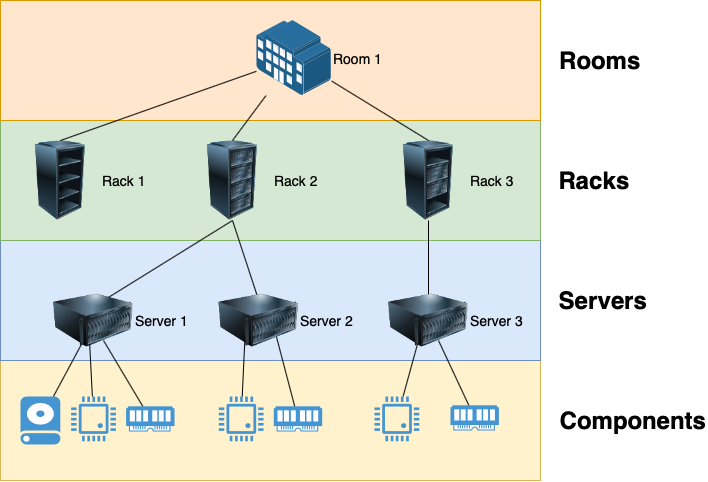
jc0b/Bachelor-Thesis keeps this draw.io diagram as images/opendc-topology.png. Above is the earlier version. Source tidied: cells renumbered, new cells last; positions are measured from the earlier drawing's top-left corner, leaving out a move shared by most shapes. The source it was exported from:
```xml
<mxGraphModel>
  <root>
    <mxCell id="0" />
    <mxCell id="1" parent="0" />
    <mxCell id="2" style="rounded=0;whiteSpace=wrap;html=1;fillColor=#fff2cc;strokeColor=#d6b656;" parent="1" vertex="1">
      <mxGeometry y="360" width="540" height="120" as="geometry" />
    </mxCell>
    <mxCell id="3" style="rounded=0;whiteSpace=wrap;html=1;fillColor=#dae8fc;strokeColor=#6c8ebf;" parent="1" vertex="1">
      <mxGeometry y="240" width="540" height="120" as="geometry" />
    </mxCell>
    <mxCell id="4" style="rounded=0;whiteSpace=wrap;html=1;fillColor=#d5e8d4;strokeColor=#82b366;" parent="1" vertex="1">
      <mxGeometry y="120" width="540" height="120" as="geometry" />
    </mxCell>
    <mxCell id="5" style="rounded=0;whiteSpace=wrap;html=1;fillColor=#ffe6cc;strokeColor=#d79b00;" parent="1" vertex="1">
      <mxGeometry width="540" height="120" as="geometry" />
    </mxCell>
    <mxCell id="6" value="Rack 1" style="image;html=1;image=img/lib/clip_art/computers/Server_Rack_Empty_128x128.png;labelPosition=right;verticalLabelPosition=middle;align=left;verticalAlign=middle;labelBackgroundColor=none;fontSize=14;" parent="1" vertex="1">
      <mxGeometry x="20" y="140" width="80" height="80" as="geometry" />
    </mxCell>
    <mxCell id="7" value="Rack 3" style="image;html=1;image=img/lib/clip_art/computers/Server_Rack_Partial_128x128.png;labelPosition=right;verticalLabelPosition=middle;align=left;verticalAlign=middle;labelBackgroundColor=none;fontSize=14;" parent="1" vertex="1">
      <mxGeometry x="388" y="140" width="80" height="80" as="geometry" />
    </mxCell>
    <mxCell id="8" value="Rack 2" style="image;html=1;image=img/lib/clip_art/computers/Server_Rack_128x128.png;labelPosition=right;verticalLabelPosition=middle;align=left;verticalAlign=middle;labelBackgroundColor=none;fontSize=14;" parent="1" vertex="1">
      <mxGeometry x="192" y="140" width="80" height="80" as="geometry" />
    </mxCell>
    <mxCell id="9" style="shadow=0;dashed=0;html=1;strokeColor=none;fillColor=#4495D1;labelPosition=center;verticalLabelPosition=bottom;verticalAlign=top;align=center;outlineConnect=0;shape=mxgraph.veeam.ram;" parent="1" vertex="1">
      <mxGeometry x="273.3" y="405.8" width="48.4" height="25.2" as="geometry" />
    </mxCell>
    <mxCell id="10" style="shadow=0;dashed=0;html=1;strokeColor=none;fillColor=#4495D1;labelPosition=center;verticalLabelPosition=bottom;verticalAlign=top;align=center;outlineConnect=0;shape=mxgraph.veeam.cpu;" parent="1" vertex="1">
      <mxGeometry x="218.3" y="396" width="44.8" height="44.8" as="geometry" />
    </mxCell>
    <mxCell id="11" style="shadow=0;dashed=0;html=1;strokeColor=none;fillColor=#4495D1;labelPosition=center;verticalLabelPosition=bottom;verticalAlign=top;align=center;outlineConnect=0;shape=mxgraph.veeam.ram;" parent="1" vertex="1">
      <mxGeometry x="125.6" y="405.8" width="48.4" height="25.2" as="geometry" />
    </mxCell>
    <mxCell id="12" style="shadow=0;dashed=0;html=1;strokeColor=none;fillColor=#4495D1;labelPosition=center;verticalLabelPosition=bottom;verticalAlign=top;align=center;outlineConnect=0;shape=mxgraph.veeam.cpu;" parent="1" vertex="1">
      <mxGeometry x="70.6" y="396" width="44.8" height="44.8" as="geometry" />
    </mxCell>
    <mxCell id="13" style="shadow=0;dashed=0;html=1;strokeColor=none;fillColor=#4495D1;labelPosition=center;verticalLabelPosition=bottom;verticalAlign=top;align=center;outlineConnect=0;shape=mxgraph.veeam.ram;" parent="1" vertex="1">
      <mxGeometry x="450" y="404.8" width="48.4" height="25.2" as="geometry" />
    </mxCell>
    <mxCell id="14" style="shadow=0;dashed=0;html=1;strokeColor=none;fillColor=#4495D1;labelPosition=center;verticalLabelPosition=bottom;verticalAlign=top;align=center;outlineConnect=0;shape=mxgraph.veeam.cpu;" parent="1" vertex="1">
      <mxGeometry x="374" y="396" width="44.8" height="44.8" as="geometry" />
    </mxCell>
    <mxCell id="15" style="shadow=0;dashed=0;html=1;strokeColor=none;fillColor=#4495D1;labelPosition=center;verticalLabelPosition=bottom;verticalAlign=top;align=center;outlineConnect=0;shape=mxgraph.veeam.2d.hard_drive;" parent="1" vertex="1">
      <mxGeometry x="20" y="396" width="40" height="48" as="geometry" />
    </mxCell>
    <mxCell id="16" style="endArrow=none;html=1;entryX=0.5;entryY=1;entryDx=0;entryDy=0;exitX=0.625;exitY=0.25;exitDx=0;exitDy=0;exitPerimeter=0;" parent="1" edge="1" source="30" target="8">
      <mxGeometry relative="1" as="geometry" />
    </mxCell>
    <mxCell id="17" style="endArrow=none;html=1;entryX=0.5;entryY=1;entryDx=0;entryDy=0;exitX=0.5;exitY=0.25;exitDx=0;exitDy=0;exitPerimeter=0;" parent="1" edge="1" source="31" target="8">
      <mxGeometry relative="1" as="geometry" />
    </mxCell>
    <mxCell id="18" style="endArrow=none;html=1;entryX=0.5;entryY=1;entryDx=0;entryDy=0;exitX=0.5;exitY=0.25;exitDx=0;exitDy=0;exitPerimeter=0;" parent="1" edge="1" source="32" target="7">
      <mxGeometry relative="1" as="geometry" />
    </mxCell>
    <mxCell id="19" style="endArrow=none;html=1;entryX=0.375;entryY=0.75;entryDx=0;entryDy=0;entryPerimeter=0;" parent="1" edge="1" source="15" target="30">
      <mxGeometry relative="1" as="geometry" />
    </mxCell>
    <mxCell id="20" style="endArrow=none;html=1;exitX=0.45;exitY=0.75;exitDx=0;exitDy=0;exitPerimeter=0;" parent="1" edge="1" source="30" target="12">
      <mxGeometry relative="1" as="geometry" />
    </mxCell>
    <mxCell id="21" style="endArrow=none;html=1;exitX=0.625;exitY=0.75;exitDx=0;exitDy=0;exitPerimeter=0;" parent="1" edge="1" source="30" target="11">
      <mxGeometry relative="1" as="geometry" />
    </mxCell>
    <mxCell id="22" style="endArrow=none;html=1;exitX=0.325;exitY=0.75;exitDx=0;exitDy=0;exitPerimeter=0;" parent="1" edge="1" source="31" target="10">
      <mxGeometry relative="1" as="geometry" />
    </mxCell>
    <mxCell id="23" style="endArrow=none;html=1;entryX=0.7;entryY=0.625;entryDx=0;entryDy=0;entryPerimeter=0;" parent="1" edge="1" source="9" target="31">
      <mxGeometry relative="1" as="geometry" />
    </mxCell>
    <mxCell id="24" style="endArrow=none;html=1;entryX=0.375;entryY=0.75;entryDx=0;entryDy=0;entryPerimeter=0;" parent="1" edge="1" source="14" target="32">
      <mxGeometry relative="1" as="geometry" />
    </mxCell>
    <mxCell id="25" style="endArrow=none;html=1;entryX=0.625;entryY=0.75;entryDx=0;entryDy=0;entryPerimeter=0;" parent="1" edge="1" source="13" target="32">
      <mxGeometry relative="1" as="geometry" />
    </mxCell>
    <mxCell id="26" value="Room 1" style="points=[];html=1;align=left;shadow=0;dashed=0;image;image=img/lib/allied_telesis/buildings/Large_Building.svg;labelBackgroundColor=none;labelPosition=right;verticalLabelPosition=middle;verticalAlign=middle;fontSize=14;" parent="1" vertex="1">
      <mxGeometry x="256" y="20" width="75" height="75" as="geometry" />
    </mxCell>
    <mxCell id="27" style="endArrow=none;html=1;exitX=0.5;exitY=0;exitDx=0;exitDy=0;" parent="1" edge="1" source="6" target="26">
      <mxGeometry relative="1" as="geometry" />
    </mxCell>
    <mxCell id="28" style="endArrow=none;html=1;entryX=0.5;entryY=0;entryDx=0;entryDy=0;" parent="1" edge="1" source="26" target="8">
      <mxGeometry relative="1" as="geometry" />
    </mxCell>
    <mxCell id="29" style="endArrow=none;html=1;entryX=0.5;entryY=0;entryDx=0;entryDy=0;" parent="1" edge="1" source="26" target="7">
      <mxGeometry relative="1" as="geometry" />
    </mxCell>
    <mxCell id="30" value="Server 1" style="image;html=1;image=img/lib/clip_art/computers/Server_128x128.png;labelBackgroundColor=none;labelPosition=right;verticalLabelPosition=middle;align=left;verticalAlign=middle;fontSize=14;" parent="1" vertex="1">
      <mxGeometry x="53" y="280" width="80" height="80" as="geometry" />
    </mxCell>
    <mxCell id="31" value="Server 2" style="image;html=1;image=img/lib/clip_art/computers/Server_128x128.png;labelBackgroundColor=none;labelPosition=right;verticalLabelPosition=middle;align=left;verticalAlign=middle;fontSize=14;" parent="1" vertex="1">
      <mxGeometry x="218.3" y="280" width="80" height="80" as="geometry" />
    </mxCell>
    <mxCell id="32" value="Server 3" style="image;html=1;image=img/lib/clip_art/computers/Server_128x128.png;labelBackgroundColor=none;labelPosition=right;verticalLabelPosition=middle;align=left;verticalAlign=middle;fontSize=14;" parent="1" vertex="1">
      <mxGeometry x="388" y="280" width="80" height="80" as="geometry" />
    </mxCell>
    <mxCell id="33" value="Rooms" style="text;html=1;strokeColor=none;fillColor=none;align=center;verticalAlign=middle;whiteSpace=wrap;rounded=0;labelBackgroundColor=none;fontStyle=1;fontSize=24;" parent="1" vertex="1">
      <mxGeometry x="580" y="50" width="40" height="20" as="geometry" />
    </mxCell>
    <mxCell id="34" value="Racks" style="text;html=1;strokeColor=none;fillColor=none;align=center;verticalAlign=middle;whiteSpace=wrap;rounded=0;labelBackgroundColor=none;fontSize=24;fontStyle=1;" parent="1" vertex="1">
      <mxGeometry x="574" y="170" width="40" height="20" as="geometry" />
    </mxCell>
    <mxCell id="35" value="Servers" style="text;html=1;strokeColor=none;fillColor=none;align=center;verticalAlign=middle;whiteSpace=wrap;rounded=0;labelBackgroundColor=none;fontSize=24;fontStyle=1;" parent="1" vertex="1">
      <mxGeometry x="583" y="290" width="40" height="20" as="geometry" />
    </mxCell>
    <mxCell id="36" value="Components" style="text;html=1;strokeColor=none;fillColor=none;align=center;verticalAlign=middle;whiteSpace=wrap;rounded=0;labelBackgroundColor=none;fontSize=24;fontStyle=1;" parent="1" vertex="1">
      <mxGeometry x="613" y="410" width="40" height="20" as="geometry" />
    </mxCell>
  </root>
</mxGraphModel>
```
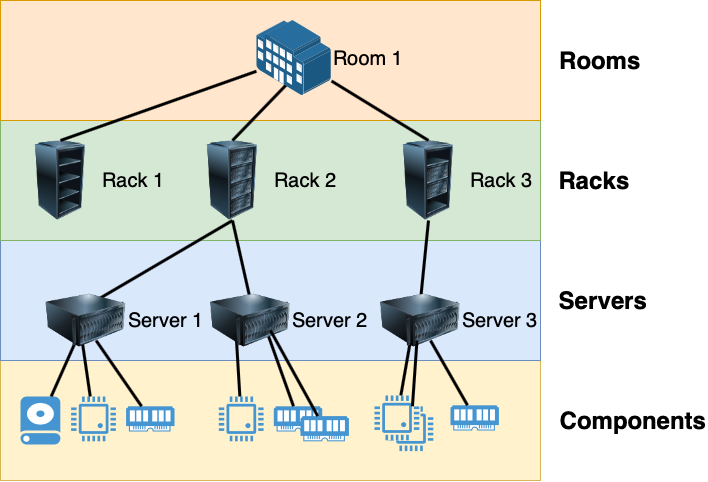
Later version of the same file.

Change to the diagram source:
```diff
@@ -14,13 +14,13 @@
     <mxCell id="5" style="rounded=0;whiteSpace=wrap;html=1;fillColor=#ffe6cc;strokeColor=#d79b00;" parent="1" vertex="1">
       <mxGeometry width="540" height="120" as="geometry" />
     </mxCell>
-    <mxCell id="6" value="Rack 1" style="image;html=1;image=img/lib/clip_art/computers/Server_Rack_Empty_128x128.png;labelPosition=right;verticalLabelPosition=middle;align=left;verticalAlign=middle;labelBackgroundColor=none;fontSize=14;" parent="1" vertex="1">
+    <mxCell id="6" value="Rack 1" style="image;html=1;image=img/lib/clip_art/computers/Server_Rack_Empty_128x128.png;labelPosition=right;verticalLabelPosition=middle;align=left;verticalAlign=middle;labelBackgroundColor=none;fontSize=20;" parent="1" vertex="1">
       <mxGeometry x="20" y="140" width="80" height="80" as="geometry" />
     </mxCell>
-    <mxCell id="7" value="Rack 3" style="image;html=1;image=img/lib/clip_art/computers/Server_Rack_Partial_128x128.png;labelPosition=right;verticalLabelPosition=middle;align=left;verticalAlign=middle;labelBackgroundColor=none;fontSize=14;" parent="1" vertex="1">
+    <mxCell id="7" value="Rack 3" style="image;html=1;image=img/lib/clip_art/computers/Server_Rack_Partial_128x128.png;labelPosition=right;verticalLabelPosition=middle;align=left;verticalAlign=middle;labelBackgroundColor=none;fontSize=20;" parent="1" vertex="1">
       <mxGeometry x="388" y="140" width="80" height="80" as="geometry" />
     </mxCell>
-    <mxCell id="8" value="Rack 2" style="image;html=1;image=img/lib/clip_art/computers/Server_Rack_128x128.png;labelPosition=right;verticalLabelPosition=middle;align=left;verticalAlign=middle;labelBackgroundColor=none;fontSize=14;" parent="1" vertex="1">
+    <mxCell id="8" value="Rack 2" style="image;html=1;image=img/lib/clip_art/computers/Server_Rack_128x128.png;labelPosition=right;verticalLabelPosition=middle;align=left;verticalAlign=middle;labelBackgroundColor=none;fontSize=20;" parent="1" vertex="1">
       <mxGeometry x="192" y="140" width="80" height="80" as="geometry" />
     </mxCell>
     <mxCell id="9" style="shadow=0;dashed=0;html=1;strokeColor=none;fillColor=#4495D1;labelPosition=center;verticalLabelPosition=bottom;verticalAlign=top;align=center;outlineConnect=0;shape=mxgraph.veeam.ram;" parent="1" vertex="1">
@@ -38,62 +38,59 @@
     <mxCell id="13" style="shadow=0;dashed=0;html=1;strokeColor=none;fillColor=#4495D1;labelPosition=center;verticalLabelPosition=bottom;verticalAlign=top;align=center;outlineConnect=0;shape=mxgraph.veeam.ram;" parent="1" vertex="1">
       <mxGeometry x="450" y="404.8" width="48.4" height="25.2" as="geometry" />
     </mxCell>
-    <mxCell id="14" style="shadow=0;dashed=0;html=1;strokeColor=none;fillColor=#4495D1;labelPosition=center;verticalLabelPosition=bottom;verticalAlign=top;align=center;outlineConnect=0;shape=mxgraph.veeam.cpu;" parent="1" vertex="1">
-      <mxGeometry x="374" y="396" width="44.8" height="44.8" as="geometry" />
-    </mxCell>
+    <mxCell id="37" style="shadow=0;dashed=0;html=1;strokeColor=none;fillColor=#4495D1;labelPosition=center;verticalLabelPosition=bottom;verticalAlign=top;align=center;outlineConnect=0;shape=mxgraph.veeam.cpu;" parent="1" vertex="1">
+      <mxGeometry x="388" y="405.8" width="44.8" height="44.8" as="geometry" />
+    </mxCell>
     <mxCell id="15" style="shadow=0;dashed=0;html=1;strokeColor=none;fillColor=#4495D1;labelPosition=center;verticalLabelPosition=bottom;verticalAlign=top;align=center;outlineConnect=0;shape=mxgraph.veeam.2d.hard_drive;" parent="1" vertex="1">
       <mxGeometry x="20" y="396" width="40" height="48" as="geometry" />
     </mxCell>
-    <mxCell id="16" style="endArrow=none;html=1;entryX=0.5;entryY=1;entryDx=0;entryDy=0;exitX=0.625;exitY=0.25;exitDx=0;exitDy=0;exitPerimeter=0;" parent="1" edge="1" source="30" target="8">
+    <mxCell id="16" style="endArrow=none;html=1;entryX=0.5;entryY=1;entryDx=0;entryDy=0;exitX=0.625;exitY=0.25;exitDx=0;exitDy=0;exitPerimeter=0;strokeWidth=3;" parent="1" edge="1" source="30" target="8">
       <mxGeometry relative="1" as="geometry" />
     </mxCell>
-    <mxCell id="17" style="endArrow=none;html=1;entryX=0.5;entryY=1;entryDx=0;entryDy=0;exitX=0.5;exitY=0.25;exitDx=0;exitDy=0;exitPerimeter=0;" parent="1" edge="1" source="31" target="8">
+    <mxCell id="17" style="endArrow=none;html=1;entryX=0.5;entryY=1;entryDx=0;entryDy=0;exitX=0.5;exitY=0.25;exitDx=0;exitDy=0;exitPerimeter=0;strokeWidth=3;" parent="1" edge="1" source="31" target="8">
       <mxGeometry relative="1" as="geometry" />
     </mxCell>
-    <mxCell id="18" style="endArrow=none;html=1;entryX=0.5;entryY=1;entryDx=0;entryDy=0;exitX=0.5;exitY=0.25;exitDx=0;exitDy=0;exitPerimeter=0;" parent="1" edge="1" source="32" target="7">
+    <mxCell id="18" style="endArrow=none;html=1;entryX=0.5;entryY=1;entryDx=0;entryDy=0;exitX=0.5;exitY=0.25;exitDx=0;exitDy=0;exitPerimeter=0;strokeWidth=3;" parent="1" edge="1" source="32" target="7">
       <mxGeometry relative="1" as="geometry" />
     </mxCell>
-    <mxCell id="19" style="endArrow=none;html=1;entryX=0.375;entryY=0.75;entryDx=0;entryDy=0;entryPerimeter=0;" parent="1" edge="1" source="15" target="30">
+    <mxCell id="19" style="endArrow=none;html=1;entryX=0.375;entryY=0.75;entryDx=0;entryDy=0;entryPerimeter=0;strokeWidth=3;" parent="1" edge="1" source="15" target="30">
       <mxGeometry relative="1" as="geometry" />
     </mxCell>
-    <mxCell id="20" style="endArrow=none;html=1;exitX=0.45;exitY=0.75;exitDx=0;exitDy=0;exitPerimeter=0;" parent="1" edge="1" source="30" target="12">
+    <mxCell id="20" style="endArrow=none;html=1;exitX=0.45;exitY=0.75;exitDx=0;exitDy=0;exitPerimeter=0;strokeWidth=3;" parent="1" edge="1" source="30" target="12">
       <mxGeometry relative="1" as="geometry" />
     </mxCell>
-    <mxCell id="21" style="endArrow=none;html=1;exitX=0.625;exitY=0.75;exitDx=0;exitDy=0;exitPerimeter=0;" parent="1" edge="1" source="30" target="11">
+    <mxCell id="21" style="endArrow=none;html=1;exitX=0.625;exitY=0.75;exitDx=0;exitDy=0;exitPerimeter=0;strokeWidth=3;" parent="1" edge="1" source="30" target="11">
       <mxGeometry relative="1" as="geometry" />
     </mxCell>
-    <mxCell id="22" style="endArrow=none;html=1;exitX=0.325;exitY=0.75;exitDx=0;exitDy=0;exitPerimeter=0;" parent="1" edge="1" source="31" target="10">
+    <mxCell id="22" style="endArrow=none;html=1;exitX=0.325;exitY=0.75;exitDx=0;exitDy=0;exitPerimeter=0;strokeWidth=3;" parent="1" edge="1" source="31" target="10">
       <mxGeometry relative="1" as="geometry" />
     </mxCell>
-    <mxCell id="23" style="endArrow=none;html=1;entryX=0.7;entryY=0.625;entryDx=0;entryDy=0;entryPerimeter=0;" parent="1" edge="1" source="9" target="31">
+    <mxCell id="23" style="endArrow=none;html=1;entryX=0.7;entryY=0.625;entryDx=0;entryDy=0;entryPerimeter=0;strokeWidth=3;" parent="1" edge="1" source="9" target="31">
       <mxGeometry relative="1" as="geometry" />
     </mxCell>
-    <mxCell id="24" style="endArrow=none;html=1;entryX=0.375;entryY=0.75;entryDx=0;entryDy=0;entryPerimeter=0;" parent="1" edge="1" source="14" target="32">
-      <mxGeometry relative="1" as="geometry" />
-    </mxCell>
+    <mxCell id="38" style="endArrow=none;html=1;entryX=0.375;entryY=0.75;entryDx=0;entryDy=0;entryPerimeter=0;strokeWidth=3;" parent="1" edge="1" source="40" target="32">
+      <mxGeometry relative="1" as="geometry" />
+    </mxCell>
-    <mxCell id="25" style="endArrow=none;html=1;entryX=0.625;entryY=0.75;entryDx=0;entryDy=0;entryPerimeter=0;" parent="1" edge="1" source="13" target="32">
+    <mxCell id="25" style="endArrow=none;html=1;entryX=0.625;entryY=0.75;entryDx=0;entryDy=0;entryPerimeter=0;strokeWidth=3;" parent="1" edge="1" source="13" target="32">
       <mxGeometry relative="1" as="geometry" />
     </mxCell>
-    <mxCell id="26" value="Room 1" style="points=[];html=1;align=left;shadow=0;dashed=0;image;image=img/lib/allied_telesis/buildings/Large_Building.svg;labelBackgroundColor=none;labelPosition=right;verticalLabelPosition=middle;verticalAlign=middle;fontSize=14;" parent="1" vertex="1">
-      <mxGeometry x="256" y="20" width="75" height="75" as="geometry" />
-    </mxCell>
-    <mxCell id="27" style="endArrow=none;html=1;exitX=0.5;exitY=0;exitDx=0;exitDy=0;" parent="1" edge="1" source="6" target="26">
+    <mxCell id="27" style="endArrow=none;html=1;exitX=0.5;exitY=0;exitDx=0;exitDy=0;strokeWidth=3;" parent="1" edge="1" source="6" target="26">
       <mxGeometry relative="1" as="geometry" />
     </mxCell>
-    <mxCell id="28" style="endArrow=none;html=1;entryX=0.5;entryY=0;entryDx=0;entryDy=0;" parent="1" edge="1" source="26" target="8">
+    <mxCell id="28" style="endArrow=none;html=1;entryX=0.5;entryY=0;entryDx=0;entryDy=0;strokeWidth=3;exitX=0.453;exitY=0.8;exitDx=0;exitDy=0;exitPerimeter=0;" parent="1" edge="1" source="26" target="8">
       <mxGeometry relative="1" as="geometry" />
     </mxCell>
-    <mxCell id="29" style="endArrow=none;html=1;entryX=0.5;entryY=0;entryDx=0;entryDy=0;" parent="1" edge="1" source="26" target="7">
+    <mxCell id="29" style="endArrow=none;html=1;entryX=0.5;entryY=0;entryDx=0;entryDy=0;strokeWidth=3;" parent="1" edge="1" source="26" target="7">
       <mxGeometry relative="1" as="geometry" />
     </mxCell>
-    <mxCell id="30" value="Server 1" style="image;html=1;image=img/lib/clip_art/computers/Server_128x128.png;labelBackgroundColor=none;labelPosition=right;verticalLabelPosition=middle;align=left;verticalAlign=middle;fontSize=14;" parent="1" vertex="1">
-      <mxGeometry x="53" y="280" width="80" height="80" as="geometry" />
+    <mxCell id="30" value="Server 1" style="image;html=1;image=img/lib/clip_art/computers/Server_128x128.png;labelBackgroundColor=none;labelPosition=right;verticalLabelPosition=middle;align=left;verticalAlign=middle;fontSize=20;" parent="1" vertex="1">
+      <mxGeometry x="45.6" y="280" width="80" height="80" as="geometry" />
     </mxCell>
-    <mxCell id="31" value="Server 2" style="image;html=1;image=img/lib/clip_art/computers/Server_128x128.png;labelBackgroundColor=none;labelPosition=right;verticalLabelPosition=middle;align=left;verticalAlign=middle;fontSize=14;" parent="1" vertex="1">
-      <mxGeometry x="218.3" y="280" width="80" height="80" as="geometry" />
+    <mxCell id="31" value="Server 2" style="image;html=1;image=img/lib/clip_art/computers/Server_128x128.png;labelBackgroundColor=none;labelPosition=right;verticalLabelPosition=middle;align=left;verticalAlign=middle;fontSize=20;" parent="1" vertex="1">
+      <mxGeometry x="210" y="280" width="80" height="80" as="geometry" />
     </mxCell>
-    <mxCell id="32" value="Server 3" style="image;html=1;image=img/lib/clip_art/computers/Server_128x128.png;labelBackgroundColor=none;labelPosition=right;verticalLabelPosition=middle;align=left;verticalAlign=middle;fontSize=14;" parent="1" vertex="1">
-      <mxGeometry x="388" y="280" width="80" height="80" as="geometry" />
+    <mxCell id="32" value="Server 3" style="image;html=1;image=img/lib/clip_art/computers/Server_128x128.png;labelBackgroundColor=none;labelPosition=right;verticalLabelPosition=middle;align=left;verticalAlign=middle;fontSize=20;" parent="1" vertex="1">
+      <mxGeometry x="380" y="280" width="80" height="80" as="geometry" />
     </mxCell>
     <mxCell id="33" value="Rooms" style="text;html=1;strokeColor=none;fillColor=none;align=center;verticalAlign=middle;whiteSpace=wrap;rounded=0;labelBackgroundColor=none;fontStyle=1;fontSize=24;" parent="1" vertex="1">
       <mxGeometry x="580" y="50" width="40" height="20" as="geometry" />
@@ -107,5 +104,23 @@
     <mxCell id="36" value="Components" style="text;html=1;strokeColor=none;fillColor=none;align=center;verticalAlign=middle;whiteSpace=wrap;rounded=0;labelBackgroundColor=none;fontSize=24;fontStyle=1;" parent="1" vertex="1">
       <mxGeometry x="613" y="410" width="40" height="20" as="geometry" />
     </mxCell>
+    <mxCell id="39" style="rounded=0;whiteSpace=wrap;html=1;labelBackgroundColor=none;fontSize=20;fillColor=#fff2cc;strokeColor=none;" parent="1" vertex="1">
+      <mxGeometry x="368.8" y="400" width="51.2" height="39.9" as="geometry" />
+    </mxCell>
+    <mxCell id="40" style="shadow=0;dashed=0;html=1;strokeColor=none;fillColor=#4495D1;labelPosition=center;verticalLabelPosition=bottom;verticalAlign=top;align=center;outlineConnect=0;shape=mxgraph.veeam.cpu;" parent="1" vertex="1">
+      <mxGeometry x="374" y="395" width="44.8" height="44.8" as="geometry" />
+    </mxCell>
+    <mxCell id="41" style="endArrow=none;html=1;fontSize=20;entryX=0.456;entryY=0.75;entryDx=0;entryDy=0;entryPerimeter=0;strokeWidth=3;" parent="1" edge="1" source="37" target="32">
+      <mxGeometry relative="1" as="geometry" />
+    </mxCell>
+    <mxCell id="42" style="shadow=0;dashed=0;html=1;strokeColor=none;fillColor=#4495D1;labelPosition=center;verticalLabelPosition=bottom;verticalAlign=top;align=center;outlineConnect=0;shape=mxgraph.veeam.ram;" parent="1" vertex="1">
+      <mxGeometry x="300" y="415.6" width="48.4" height="25.2" as="geometry" />
+    </mxCell>
+    <mxCell id="43" style="endArrow=none;html=1;fontSize=20;entryX=0.75;entryY=0.625;entryDx=0;entryDy=0;entryPerimeter=0;strokeWidth=3;" parent="1" edge="1" source="42" target="31">
+      <mxGeometry relative="1" as="geometry" />
+    </mxCell>
+    <mxCell id="26" value="Room 1" style="points=[];html=1;align=left;shadow=0;dashed=0;image;image=img/lib/allied_telesis/buildings/Large_Building.svg;labelBackgroundColor=none;labelPosition=right;verticalLabelPosition=middle;verticalAlign=middle;fontSize=20;" parent="1" vertex="1">
+      <mxGeometry x="256" y="20" width="75" height="75" as="geometry" />
+    </mxCell>
   </root>
 </mxGraphModel>
```
